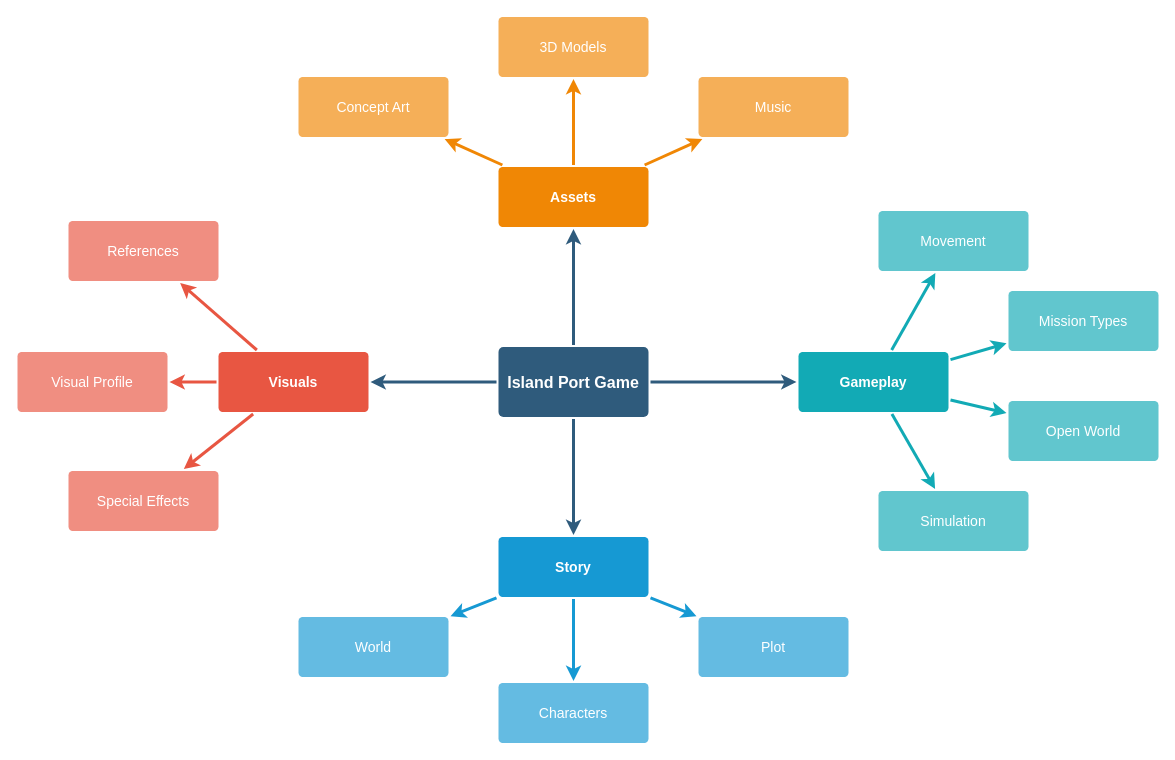
ebcp-dev/diagrams keeps this draw.io diagram as page "main" (1 of 15) of project_island-port.drawio. Above is the earlier version. Source tidied: cells renumbered, new cells numbered last; positions are measured from the earlier drawing's top-left corner, leaving out a move shared by most shapes. Both pictures are drawn from the tidied source at 100%, with x=0, y=0 at pixel (17, 16).
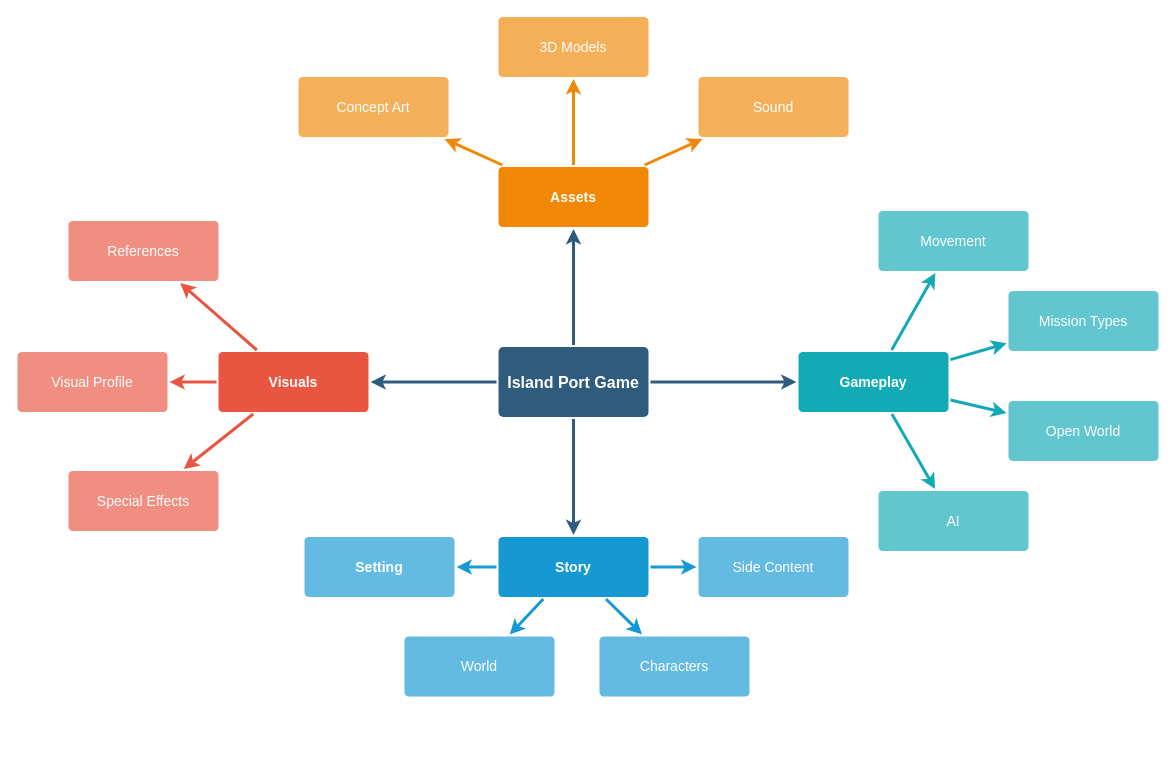
After the change.

Commit message:
added links to branches

Unchanged cells that the change refers to:
```xml
<mxCell id="17" value="Story" style="rounded=1;whiteSpace=wrap;html=1;shadow=0;labelBackgroundColor=none;strokeColor=none;strokeWidth=3;fillColor=#1699d3;fontFamily=Helvetica;fontSize=14;fontColor=#FFFFFF;align=center;spacing=5;fontStyle=1;arcSize=7;perimeterSpacing=2;" parent="1" vertex="1">
  <mxGeometry x="481" y="520.5" width="150" height="60" as="geometry" />
</mxCell>
```

The edit, as a diff of the source:
```diff
@@
+    <mxCell id="37" style="edgeStyle=none;rounded=0;jettySize=auto;html=1;shadow=0;labelBackgroundColor=none;fontSize=14;fontColor=#FFFFFF;startFill=0;endFill=1;strokeColor=#1699D3;strokeWidth=3;" parent="1" edge="1" source="17" target="38">
+      <mxGeometry relative="1" as="geometry" />
+    </mxCell>
@@
-    <mxCell id="18" value="Plot" style="rounded=1;whiteSpace=wrap;html=1;shadow=0;labelBackgroundColor=none;strokeColor=none;strokeWidth=3;fillColor=#64bbe2;fontFamily=Helvetica;fontSize=14;fontColor=#FFFFFF;align=center;spacing=5;arcSize=7;perimeterSpacing=2;" parent="1" vertex="1">
-      <mxGeometry x="681" y="600.5" width="150" height="60" as="geometry" />
+    <mxCell id="18" value="Side Content" style="rounded=1;whiteSpace=wrap;html=1;shadow=0;labelBackgroundColor=none;strokeColor=none;strokeWidth=3;fillColor=#64bbe2;fontFamily=Helvetica;fontSize=14;fontColor=#FFFFFF;align=center;spacing=5;arcSize=7;perimeterSpacing=2;" parent="1" vertex="1">
+      <mxGeometry x="681" y="520.5" width="150" height="60" as="geometry" />
     </mxCell>
     <mxCell id="19" value="Characters" style="rounded=1;whiteSpace=wrap;html=1;shadow=0;labelBackgroundColor=none;strokeColor=none;strokeWidth=3;fillColor=#64bbe2;fontFamily=Helvetica;fontSize=14;fontColor=#FFFFFF;align=center;spacing=5;arcSize=7;perimeterSpacing=2;" parent="1" vertex="1">
-      <mxGeometry x="481" y="666.5" width="150" height="60" as="geometry" />
+      <mxGeometry x="582" y="620" width="150" height="60" as="geometry" />
     </mxCell>
     <mxCell id="20" value="World" style="rounded=1;whiteSpace=wrap;html=1;shadow=0;labelBackgroundColor=none;strokeColor=none;strokeWidth=3;fillColor=#64bbe2;fontFamily=Helvetica;fontSize=14;fontColor=#FFFFFF;align=center;spacing=5;arcSize=7;perimeterSpacing=2;" parent="1" vertex="1">
-      <mxGeometry x="281" y="600.5" width="150" height="60" as="geometry" />
+      <mxGeometry x="387" y="620" width="150" height="60" as="geometry" />
     </mxCell>
@@
-    <mxCell id="22" value="Music" style="rounded=1;whiteSpace=wrap;html=1;shadow=0;labelBackgroundColor=none;strokeColor=none;strokeWidth=3;fillColor=#f5af58;fontFamily=Helvetica;fontSize=14;fontColor=#FFFFFF;align=center;spacing=5;arcSize=7;perimeterSpacing=2;" parent="1" vertex="1">
+    <mxCell id="22" value="Sound" style="rounded=1;whiteSpace=wrap;html=1;shadow=0;labelBackgroundColor=none;strokeColor=none;strokeWidth=3;fillColor=#f5af58;fontFamily=Helvetica;fontSize=14;fontColor=#FFFFFF;align=center;spacing=5;arcSize=7;perimeterSpacing=2;" parent="1" vertex="1">
       <mxGeometry x="681" y="60.5" width="150" height="60" as="geometry" />
     </mxCell>
@@
-    <mxCell id="29" value="Simulation" style="rounded=1;whiteSpace=wrap;html=1;shadow=0;labelBackgroundColor=none;strokeColor=none;strokeWidth=3;fillColor=#61c6ce;fontFamily=Helvetica;fontSize=14;fontColor=#FFFFFF;align=center;spacing=5;fontStyle=0;arcSize=7;perimeterSpacing=2;" parent="1" vertex="1">
+    <mxCell id="29" value="AI" style="rounded=1;whiteSpace=wrap;html=1;shadow=0;labelBackgroundColor=none;strokeColor=none;strokeWidth=3;fillColor=#61c6ce;fontFamily=Helvetica;fontSize=14;fontColor=#FFFFFF;align=center;spacing=5;fontStyle=0;arcSize=7;perimeterSpacing=2;" parent="1" vertex="1">
       <mxGeometry x="861" y="474.5" width="150" height="60" as="geometry" />
     </mxCell>
@@
+    <mxCell id="38" value="Setting" style="rounded=1;whiteSpace=wrap;html=1;shadow=0;labelBackgroundColor=none;strokeColor=none;strokeWidth=3;fillColor=#64BBE2;fontFamily=Helvetica;fontSize=14;fontColor=#FFFFFF;align=center;spacing=5;fontStyle=1;arcSize=7;perimeterSpacing=2;" parent="1" vertex="1">
+      <mxGeometry x="287" y="520.5" width="150" height="60" as="geometry" />
+    </mxCell>
```
